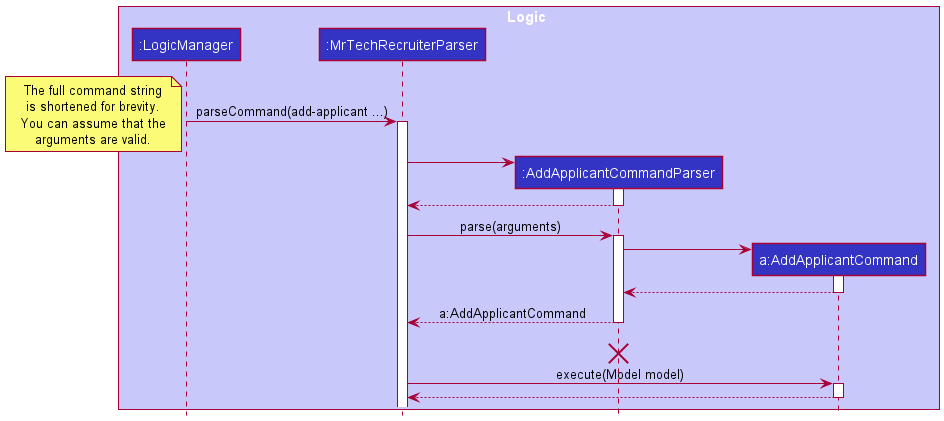
Earlier version of the PlantUML export docs/images/add-applicant/AddApplicantSequenceDiagram1.png (nus-cs2103-AY2122S1/tp).
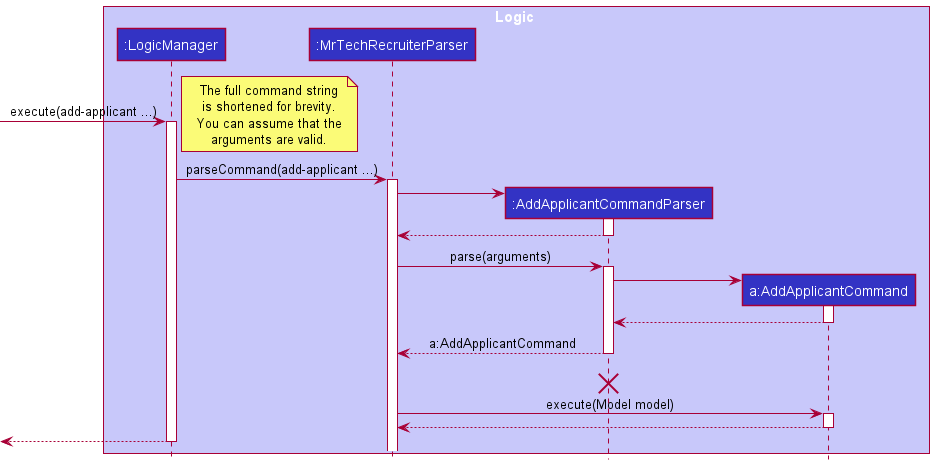
Above is the later version.

Commit message:
Complete Activity Diagram for how LogicManager executes

The edit, as a diff of the source:
```diff
@@ -8,13 +8,16 @@
 participant "a:AddApplicantCommand" as AddApplicantCommand LOGIC_COLOR
 end box
 
-LogicManager -> MrTechRecruiterParser : parseCommand(add-applicant ...)
-note left
+[-> LogicManager : execute(add-applicant ...)
+activate LogicManager
+note right
     The full command string
     is shortened for brevity.
     You can assume that the
     arguments are valid.
 end note
+LogicManager -> MrTechRecruiterParser : parseCommand(add-applicant ...)
+
 activate MrTechRecruiterParser
 
 create AddApplicantCommandParser
@@ -40,4 +43,7 @@
 
 AddApplicantCommand --> MrTechRecruiterParser
 deactivate AddApplicantCommand
+
+[<--LogicManager
+deactivate LogicManager
 @enduml
```
